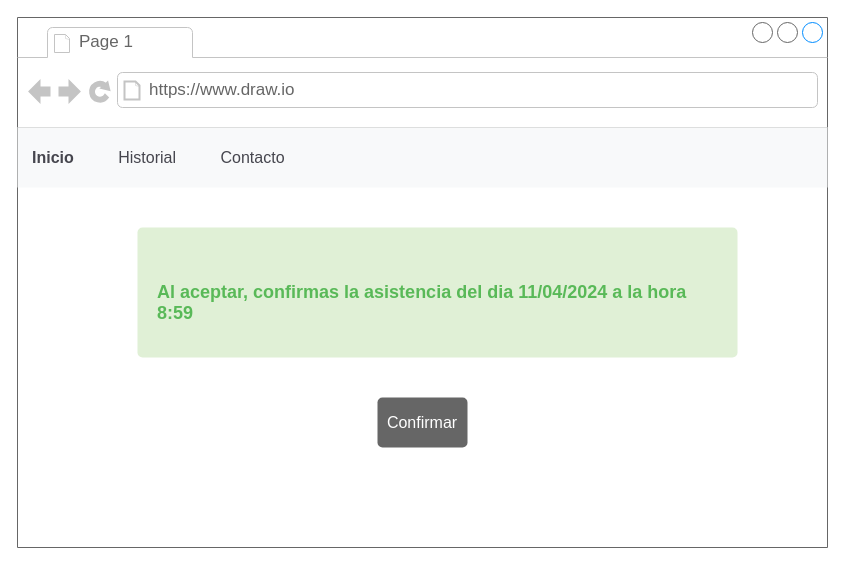
Above: subsistemas/prototipo/prototipo.drawio in ecardosa/LogiRAIL-project (draw.io), before the change. Source tidied: cells renumbered, new cells numbered last; positions are measured from the earlier drawing's top-left corner, leaving out a move shared by most shapes. Both pictures are drawn from the tidied source at 100%, with x=0, y=0 at pixel (17, 17).
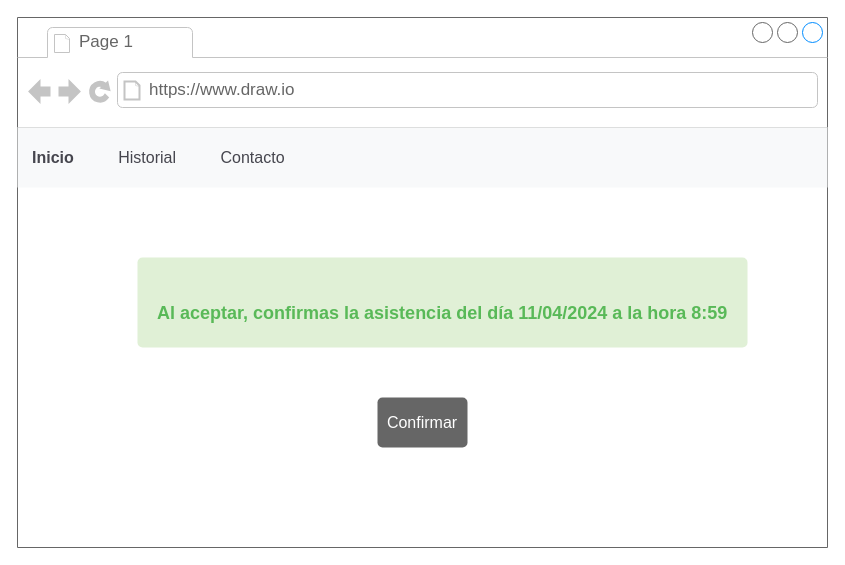
Above is the later version.

What changed in the source:
```diff
@@
 <mxGraphModel>
   <root>
     <mxCell id="0" />
     <mxCell id="1" parent="0" />
     <mxCell id="2" style="strokeWidth=1;shadow=0;dashed=0;align=center;html=1;shape=mxgraph.mockup.containers.browserWindow;rSize=0;strokeColor=#666666;strokeColor2=#008cff;strokeColor3=#c4c4c4;mainText=,;" parent="1" vertex="1">
       <mxGeometry width="810" height="530" as="geometry" />
     </mxCell>
     <mxCell id="3" value="Page 1" style="strokeWidth=1;shadow=0;dashed=0;align=center;html=1;shape=mxgraph.mockup.containers.anchor;fontSize=17;fontColor=#666666;align=left;" parent="2" vertex="1">
       <mxGeometry x="60" y="12" width="110" height="26" as="geometry" />
     </mxCell>
     <mxCell id="4" value="https://www.draw.io" style="strokeWidth=1;shadow=0;dashed=0;align=center;html=1;shape=mxgraph.mockup.containers.anchor;rSize=0;fontSize=17;fontColor=#666666;align=left;" parent="2" vertex="1">
       <mxGeometry x="130" y="60" width="250" height="26" as="geometry" />
     </mxCell>
     <mxCell id="5" value="Confirmar" style="html=1;shadow=0;dashed=0;shape=mxgraph.bootstrap.rrect;rSize=5;strokeColor=none;strokeWidth=1;fillColor=#666666;fontColor=#FFFFFF;whiteSpace=wrap;align=center;verticalAlign=middle;spacingLeft=0;fontStyle=0;fontSize=16;spacing=5;" parent="2" vertex="1">
       <mxGeometry x="360" y="380" width="90" height="50" as="geometry" />
     </mxCell>
-    <mxCell id="6" value="&lt;span style=&quot;font-size: 18px;&quot;&gt;&lt;b&gt;&lt;br&gt;Al aceptar, confirmas la asistencia del dia 11/04/2024 a la hora 8:59&lt;br&gt;&lt;/b&gt;&lt;/span&gt;" style="html=1;shadow=0;dashed=0;shape=mxgraph.bootstrap.rrect;rSize=5;strokeColor=none;strokeWidth=1;fillColor=#E0F0D6;fontColor=#59B958;whiteSpace=wrap;align=left;verticalAlign=middle;spacing=20;" parent="2" vertex="1">
-      <mxGeometry x="120" y="210" width="600" height="130" as="geometry" />
+    <mxCell id="6" value="&lt;span style=&quot;font-size: 18px;&quot;&gt;&lt;b&gt;&lt;br&gt;Al aceptar, confirmas la asistencia del día 11/04/2024 a la hora 8:59&lt;br&gt;&lt;/b&gt;&lt;/span&gt;" style="html=1;shadow=0;dashed=0;shape=mxgraph.bootstrap.rrect;rSize=5;strokeColor=none;strokeWidth=1;fillColor=#E0F0D6;fontColor=#59B958;whiteSpace=wrap;align=left;verticalAlign=middle;spacing=20;" parent="2" vertex="1">
+      <mxGeometry x="120" y="240" width="610" height="90" as="geometry" />
     </mxCell>
     <mxCell id="7" value="&lt;font color=&quot;#46464e&quot;&gt;&lt;b style=&quot;&quot;&gt;Inicio&amp;nbsp;&lt;/b&gt; &amp;nbsp; &amp;nbsp; &amp;nbsp; &amp;nbsp; Historial&amp;nbsp; &amp;nbsp; &amp;nbsp; &amp;nbsp; &amp;nbsp; Contacto&lt;/font&gt;" style="html=1;shadow=0;dashed=0;fillColor=#F8F9FA;strokeColor=none;fontSize=16;fontColor=#7C7C7D;align=left;spacing=15;" parent="2" vertex="1">
       <mxGeometry y="110" width="810" height="60" as="geometry" />
     </mxCell>
   </root>
 </mxGraphModel>
```
